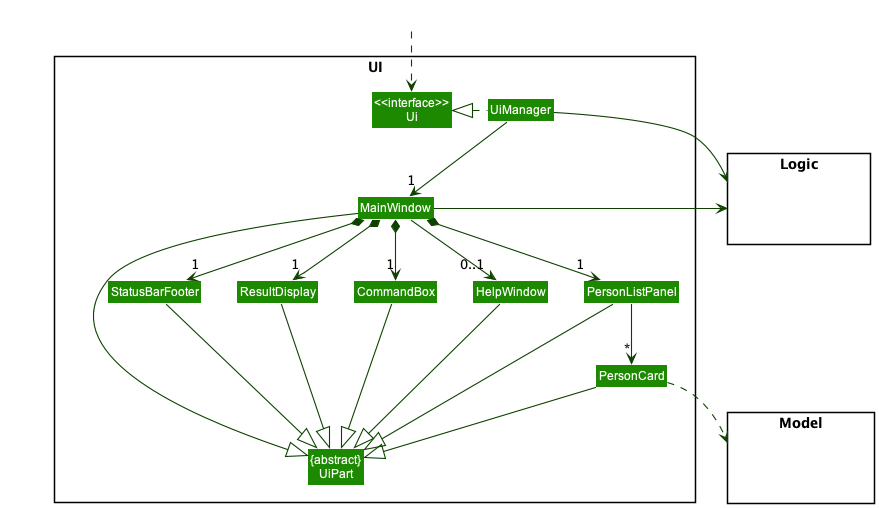
This is docs/images/UiClassDiagram.png from nus-cs2103-AY2223S1/tp, a PlantUML export, as it was before one commit.
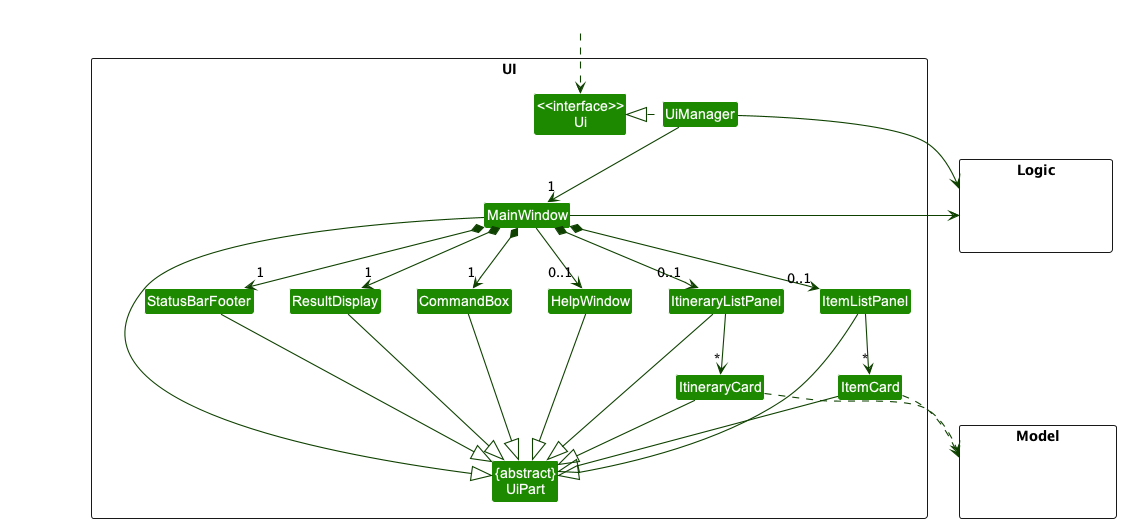
Above is the later version.

Change to the diagram source:
```diff
@@ -11,8 +11,10 @@
 Class MainWindow
 Class HelpWindow
 Class ResultDisplay
-Class PersonListPanel
-Class PersonCard
+Class ItineraryListPanel
+Class ItemListPanel
+Class ItineraryCard
+Class ItemCard
 Class StatusBarFooter
 Class CommandBox
 }
@@ -32,26 +34,31 @@
 UiManager -down-> "1" MainWindow
 MainWindow *-down->  "1" CommandBox
 MainWindow *-down-> "1" ResultDisplay
-MainWindow *-down-> "1" PersonListPanel
+MainWindow *-down-> "0..1" ItineraryListPanel
+MainWindow *-down-> "0..1" ItemListPanel
 MainWindow *-down-> "1" StatusBarFooter
 MainWindow --> "0..1" HelpWindow
 
-PersonListPanel -down-> "*" PersonCard
+ItineraryListPanel -down-> "*" ItineraryCard
+ItemListPanel -down-> "*" ItemCard
 
 MainWindow -left-|> UiPart
 
 ResultDisplay --|> UiPart
 CommandBox --|> UiPart
-PersonListPanel --|> UiPart
-PersonCard --|> UiPart
+ItineraryListPanel --|> UiPart
+ItineraryCard --|> UiPart
+ItemListPanel --|> UiPart
+ItemCard --|> UiPart
 StatusBarFooter --|> UiPart
 HelpWindow --|> UiPart
 
-PersonCard ..> Model
+ItineraryCard ..> Model
+ItemCard ..> Model
 UiManager -right-> Logic
 MainWindow -left-> Logic
 
-PersonListPanel -[hidden]left- HelpWindow
+ItineraryListPanel -[hidden]left- HelpWindow
 HelpWindow -[hidden]left- CommandBox
 CommandBox -[hidden]left- ResultDisplay
 ResultDisplay -[hidden]left- StatusBarFooter
```
